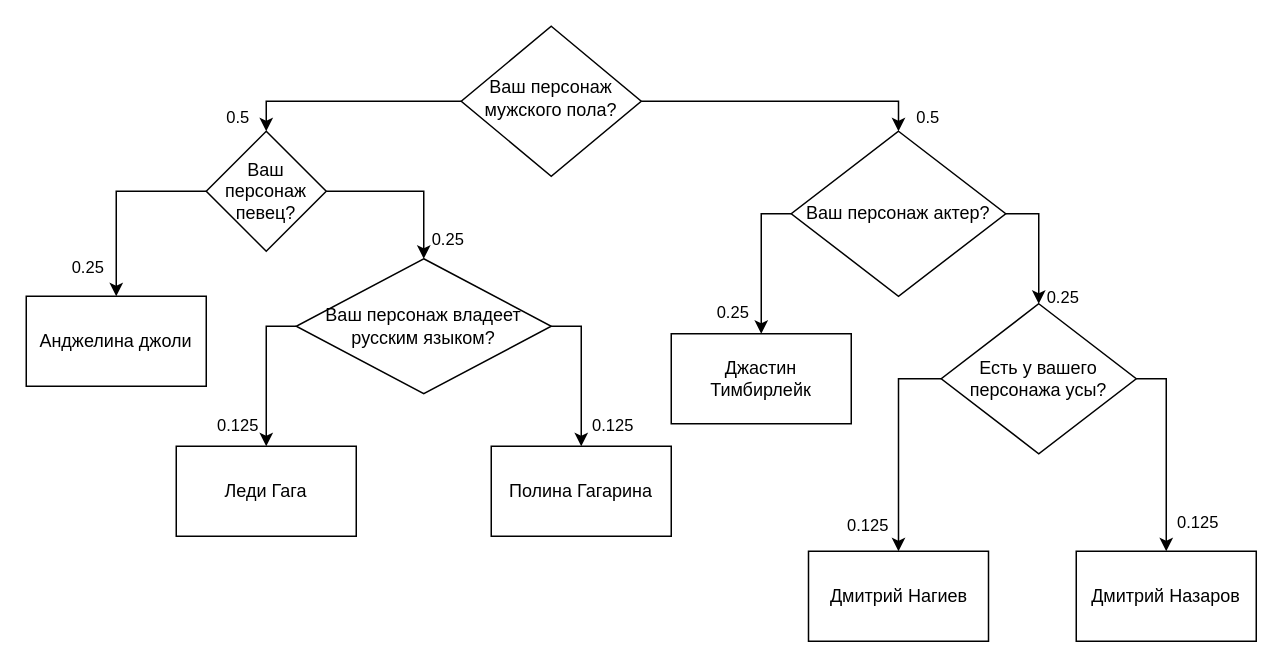
Earlier version of the draw.io diagram term7/IS/lab2_ex1.drawio (ortemx/university). Source tidied: cells renumbered, new cells numbered last; positions are measured from the earlier drawing's top-left corner, leaving out a move shared by most shapes. Both pictures are drawn from the tidied source at 150%, with x=0, y=0 at pixel (26, 26).
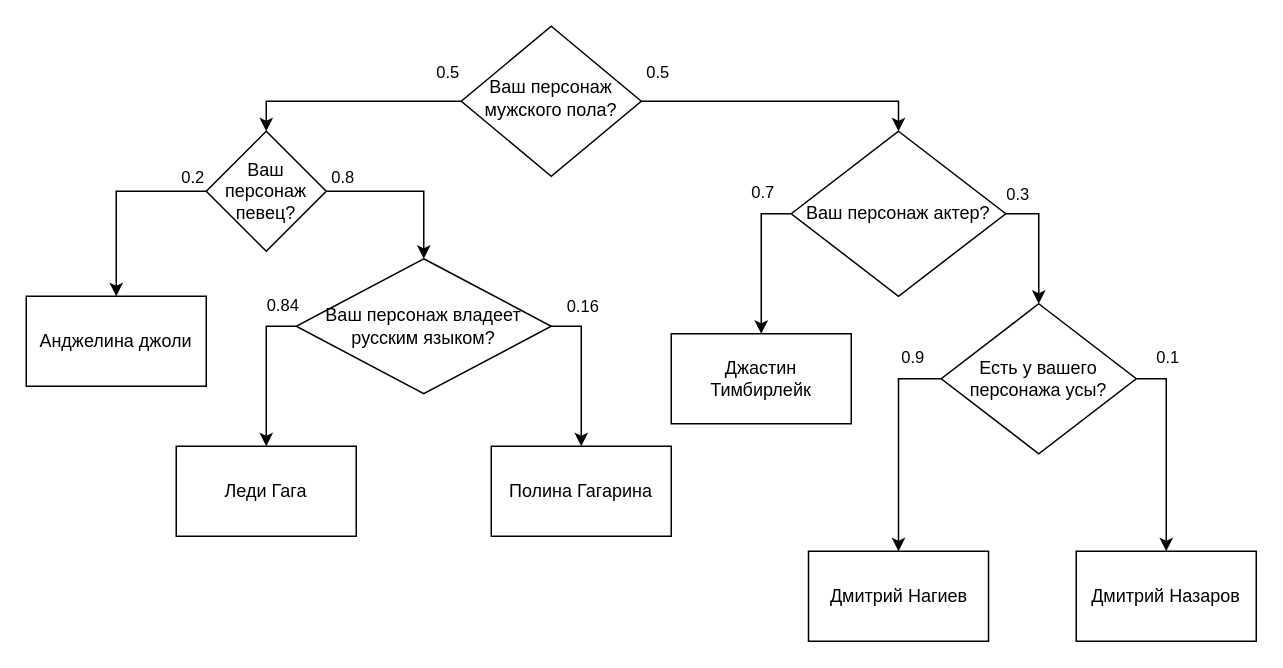
Above is the later version.

Unchanged cells that the change refers to:
```xml
<mxCell id="2" style="edgeStyle=orthogonalEdgeStyle;rounded=0;jettySize=auto;html=1;exitX=0;exitY=0.5;exitDx=0;exitDy=0;entryX=0.5;entryY=0;entryDx=0;entryDy=0;" parent="1" edge="1" source="6" target="26">
  <mxGeometry relative="1" as="geometry" />
</mxCell>
<mxCell id="4" style="edgeStyle=orthogonalEdgeStyle;rounded=0;jettySize=auto;html=1;exitX=1;exitY=0.5;exitDx=0;exitDy=0;entryX=0.5;entryY=0;entryDx=0;entryDy=0;" parent="1" edge="1" source="6" target="16">
  <mxGeometry relative="1" as="geometry" />
</mxCell>
<mxCell id="7" style="edgeStyle=orthogonalEdgeStyle;rounded=0;jettySize=auto;html=1;exitX=1;exitY=0.5;exitDx=0;exitDy=0;" parent="1" edge="1" source="11" target="30">
  <mxGeometry relative="1" as="geometry" />
</mxCell>
<mxCell id="9" style="edgeStyle=orthogonalEdgeStyle;rounded=0;jettySize=auto;html=1;exitX=0;exitY=0.5;exitDx=0;exitDy=0;entryX=0.5;entryY=0;entryDx=0;entryDy=0;" parent="1" edge="1" source="11" target="32">
  <mxGeometry relative="1" as="geometry" />
</mxCell>
<mxCell id="12" style="edgeStyle=orthogonalEdgeStyle;rounded=0;jettySize=auto;html=1;exitX=1;exitY=0.5;exitDx=0;exitDy=0;entryX=0.5;entryY=0;entryDx=0;entryDy=0;" parent="1" edge="1" source="16" target="11">
  <mxGeometry relative="1" as="geometry" />
</mxCell>
<mxCell id="14" style="edgeStyle=orthogonalEdgeStyle;rounded=0;jettySize=auto;html=1;exitX=0;exitY=0.5;exitDx=0;exitDy=0;entryX=0.5;entryY=0;entryDx=0;entryDy=0;" parent="1" edge="1" source="16" target="29">
  <mxGeometry relative="1" as="geometry" />
</mxCell>
<mxCell id="17" style="edgeStyle=orthogonalEdgeStyle;rounded=0;jettySize=auto;html=1;exitX=1;exitY=0.5;exitDx=0;exitDy=0;" parent="1" edge="1" source="21" target="31">
  <mxGeometry relative="1" as="geometry" />
</mxCell>
<mxCell id="19" style="edgeStyle=orthogonalEdgeStyle;rounded=0;jettySize=auto;html=1;exitX=0;exitY=0.5;exitDx=0;exitDy=0;entryX=0.5;entryY=0;entryDx=0;entryDy=0;" parent="1" edge="1" source="21" target="28">
  <mxGeometry relative="1" as="geometry" />
</mxCell>
<mxCell id="22" style="edgeStyle=orthogonalEdgeStyle;rounded=0;jettySize=auto;html=1;exitX=0;exitY=0.5;exitDx=0;exitDy=0;entryX=0.5;entryY=0;entryDx=0;entryDy=0;" parent="1" edge="1" source="26" target="27">
  <mxGeometry relative="1" as="geometry" />
</mxCell>
<mxCell id="24" style="edgeStyle=orthogonalEdgeStyle;rounded=0;jettySize=auto;html=1;exitX=1;exitY=0.5;exitDx=0;exitDy=0;entryX=0.5;entryY=0;entryDx=0;entryDy=0;" parent="1" edge="1" source="26" target="21">
  <mxGeometry relative="1" as="geometry" />
</mxCell>
```

Change to the diagram source:
```diff
@@
     <mxCell id="3" value="0.5" style="edgeLabel;html=1;align=center;verticalAlign=middle;" parent="2" vertex="1">
       <mxGeometry x="0.16" y="1" relative="1" as="geometry">
-        <mxPoint x="-63" y="9" as="offset" />
+        <mxPoint x="77" y="-21" as="offset" />
       </mxGeometry>
     </mxCell>
@@
     <mxCell id="5" value="0.5" style="edgeLabel;html=1;align=center;verticalAlign=middle;" parent="4" vertex="1">
       <mxGeometry x="0.11" y="-2" relative="1" as="geometry">
-        <mxPoint x="84" y="8" as="offset" />
+        <mxPoint x="-96" y="-22" as="offset" />
       </mxGeometry>
     </mxCell>
@@
-    <mxCell id="8" value="0.125" style="edgeLabel;html=1;align=center;verticalAlign=middle;" parent="7" vertex="1">
+    <mxCell id="8" value="0.1" style="edgeLabel;html=1;align=center;verticalAlign=middle;" parent="7" vertex="1">
       <mxGeometry x="0.9" y="1" relative="1" as="geometry">
-        <mxPoint x="19" y="-13" as="offset" />
+        <mxPoint x="-1" y="-123" as="offset" />
       </mxGeometry>
     </mxCell>
@@
-    <mxCell id="10" value="0.125" style="edgeLabel;html=1;align=center;verticalAlign=middle;" parent="9" vertex="1">
+    <mxCell id="10" value="0.9" style="edgeLabel;html=1;align=center;verticalAlign=middle;" parent="9" vertex="1">
       <mxGeometry x="0.75" y="1" relative="1" as="geometry">
-        <mxPoint x="-22" as="offset" />
+        <mxPoint x="8" y="-112" as="offset" />
       </mxGeometry>
     </mxCell>
@@
-    <mxCell id="13" value="0.25" style="edgeLabel;html=1;align=center;verticalAlign=middle;" parent="12" vertex="1">
+    <mxCell id="13" value="0.3&lt;br&gt;" style="edgeLabel;html=1;align=center;verticalAlign=middle;" parent="12" vertex="1">
       <mxGeometry x="0.65" y="1" relative="1" as="geometry">
-        <mxPoint x="14" y="9" as="offset" />
+        <mxPoint x="-16" y="-60" as="offset" />
       </mxGeometry>
     </mxCell>
@@
-    <mxCell id="15" value="0.25" style="edgeLabel;html=1;align=center;verticalAlign=middle;" parent="14" vertex="1">
+    <mxCell id="15" value="0.7" style="edgeLabel;html=1;align=center;verticalAlign=middle;" parent="14" vertex="1">
       <mxGeometry x="0.7" y="-1" relative="1" as="geometry">
-        <mxPoint x="-19" as="offset" />
+        <mxPoint x="1" y="-80" as="offset" />
       </mxGeometry>
     </mxCell>
@@
-    <mxCell id="18" value="0.125" style="edgeLabel;html=1;align=center;verticalAlign=middle;" parent="17" vertex="1">
+    <mxCell id="18" value="0.16" style="edgeLabel;html=1;align=center;verticalAlign=middle;" parent="17" vertex="1">
       <mxGeometry x="0.79" y="1" relative="1" as="geometry">
-        <mxPoint x="19" y="-5" as="offset" />
+        <mxPoint x="-1" y="-84" as="offset" />
       </mxGeometry>
     </mxCell>
@@
-    <mxCell id="20" value="0.125" style="edgeLabel;html=1;align=center;verticalAlign=middle;" parent="19" vertex="1">
+    <mxCell id="20" value="0.84" style="edgeLabel;html=1;align=center;verticalAlign=middle;" parent="19" vertex="1">
       <mxGeometry x="0.64" relative="1" as="geometry">
-        <mxPoint x="-20" y="3" as="offset" />
+        <mxPoint x="10" y="-77" as="offset" />
       </mxGeometry>
     </mxCell>
@@
-    <mxCell id="23" value="0.25" style="edgeLabel;html=1;align=center;verticalAlign=middle;" parent="22" vertex="1">
+    <mxCell id="23" value="0.2" style="edgeLabel;html=1;align=center;verticalAlign=middle;" parent="22" vertex="1">
       <mxGeometry x="0.59" relative="1" as="geometry">
-        <mxPoint x="-20" y="7" as="offset" />
+        <mxPoint x="50" y="-53" as="offset" />
       </mxGeometry>
     </mxCell>
@@
-    <mxCell id="25" value="0.25" style="edgeLabel;html=1;align=center;verticalAlign=middle;" parent="24" vertex="1">
+    <mxCell id="25" value="0.8" style="edgeLabel;html=1;align=center;verticalAlign=middle;" parent="24" vertex="1">
       <mxGeometry x="0.61" y="-1" relative="1" as="geometry">
-        <mxPoint x="16" y="7" as="offset" />
+        <mxPoint x="-54" y="-34" as="offset" />
       </mxGeometry>
     </mxCell>
```
